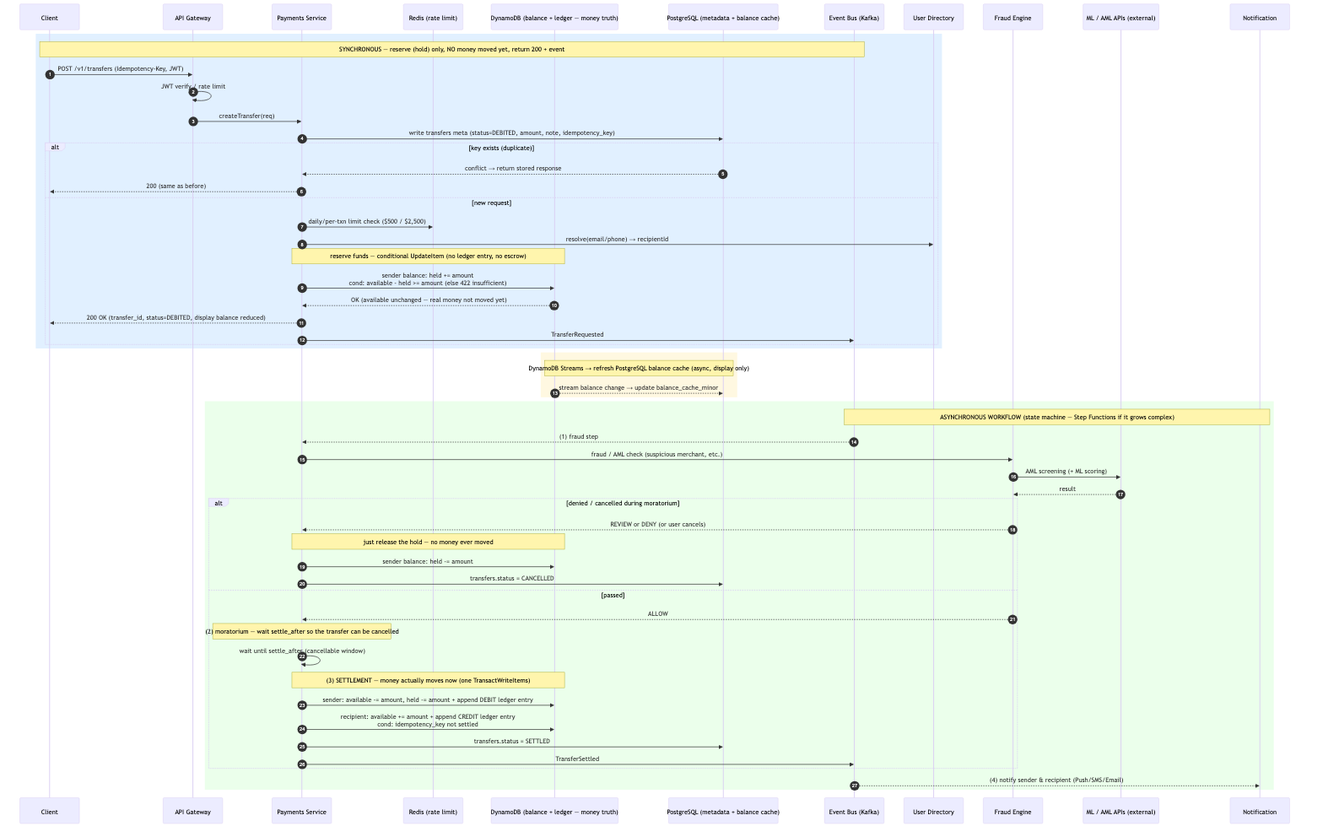
The Mermaid diagram 1-p2p-transaction/transfer-sequence.png in masayukitanaka/system-designs, before a commit. Its source is kept beside it as 1-p2p-transaction/diagrams/transfer-sequence.mmd.
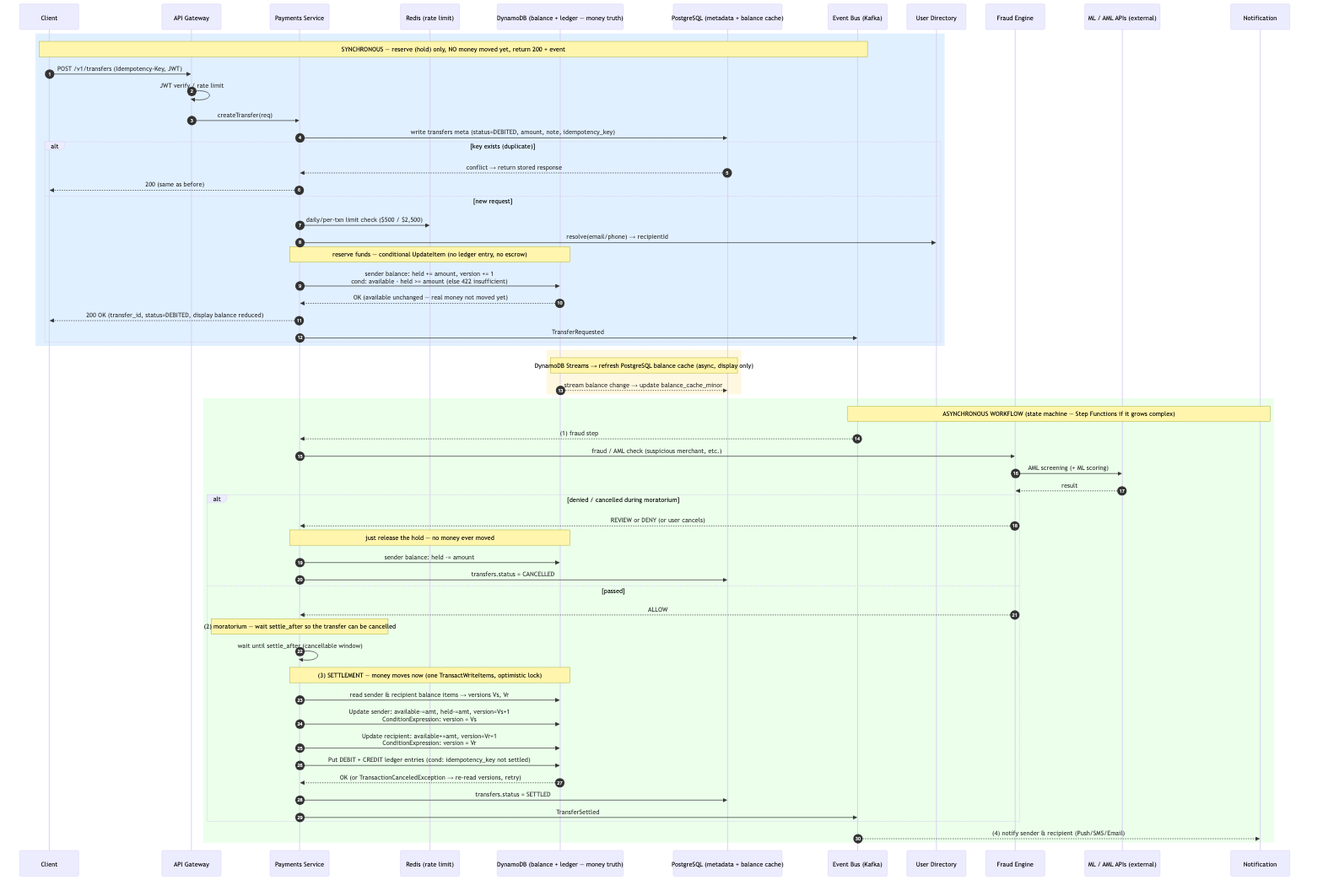
The same diagram one commit later.

Change to the diagram source:
```diff
@@ -25,7 +25,7 @@
         P->>R: 日次/取引限度チェック ($500 / $2,500)
         P->>U: resolve(email/phone) → recipientId
         Note over P,DDB: 資金を予約 — 条件付き UpdateItem (台帳記帳なし, エスクローなし)
-        P->>DDB: 送金者残高: held += 金額<br/>条件: available - held >= 金額 (満たさねば422残高不足)
+        P->>DDB: 送金者残高: held += 金額, version += 1<br/>条件: available - held >= 金額 (満たさねば422残高不足)
         DDB-->>P: OK (available据え置き — 実際のお金はまだ動かない)
         P-->>C: 200 OK (transfer_id, status=DEBITED, 見た目の残高は減少)
         P->>MQ: TransferRequested
@@ -52,9 +52,12 @@
         F-->>P: ALLOW
         Note over P: (2) モラトリアム — settle_after まで待機し取消可能にする
         P->>P: settle_after まで待機 (取消可能な期間)
-        Note over P,DDB: (3) 決済 — ここで実際にお金が動く (1回の TransactWriteItems)
-        P->>DDB: 送金者: available -= 金額, held -= 金額 + DEBIT台帳エントリ追記
-        P->>DDB: 受取人: available += 金額 + CREDIT台帳エントリ追記<br/>条件: idempotency_key が未決済
+        Note over P,DDB: (3) 決済 — お金が動く (1回の TransactWriteItems, 楽観ロック)
+        P->>DDB: 送金者・受取人の残高アイテムを読む → version Vs, Vr
+        P->>DDB: 送金者更新: available-=金額, held-=金額, version=Vs+1<br/>ConditionExpression: version = Vs
+        P->>DDB: 受取人更新: available+=金額, version=Vr+1<br/>ConditionExpression: version = Vr
+        P->>DDB: DEBIT + CREDIT 台帳エントリput (条件: idempotency_key 未決済)
+        DDB-->>P: OK (または TransactionCanceledException → version再読込しリトライ)
         P->>PG: transfers.status = SETTLED
         P->>MQ: TransferSettled
     end
```
